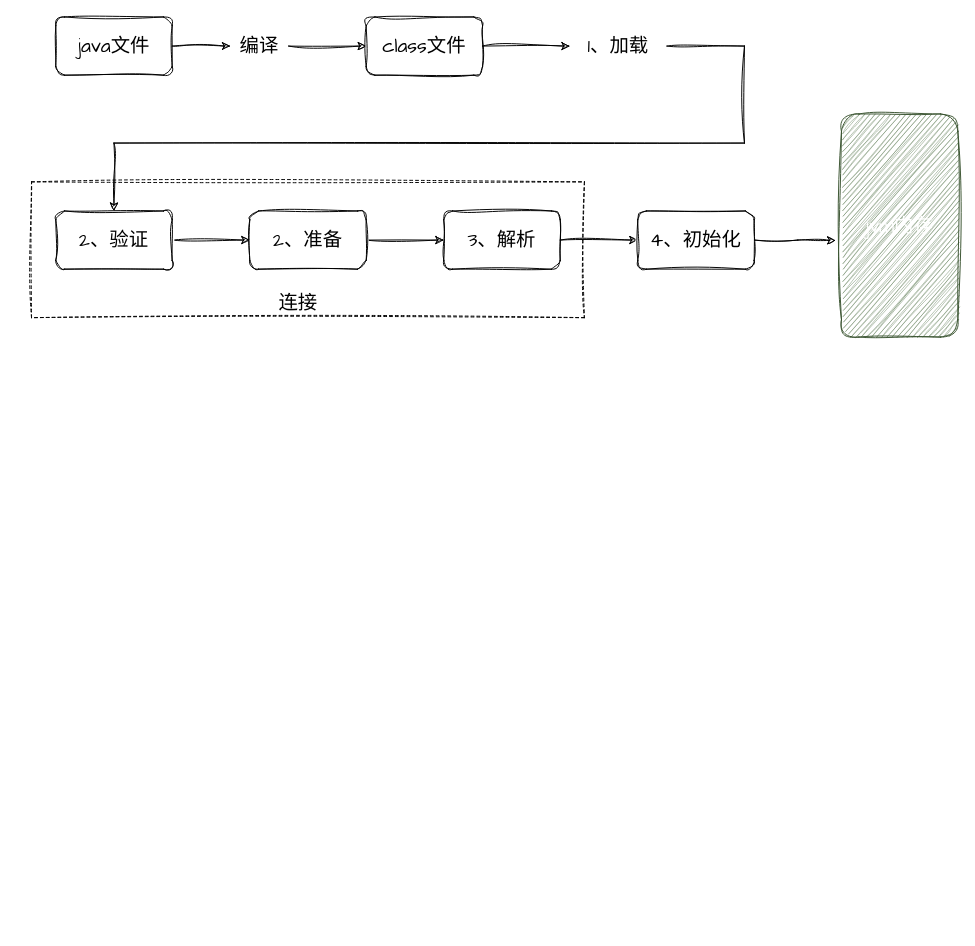
The draw.io diagram docs/assets/drawio/类加载过程.drawio in qinguan1/qinguan1.github.io, before the edit. Source tidied: cells renumbered, new cells numbered last; positions are measured from the earlier drawing's top-left corner, leaving out a move shared by most shapes. Both pictures are drawn from the tidied source at 97%, with x=0, y=0 at pixel (31, 16).
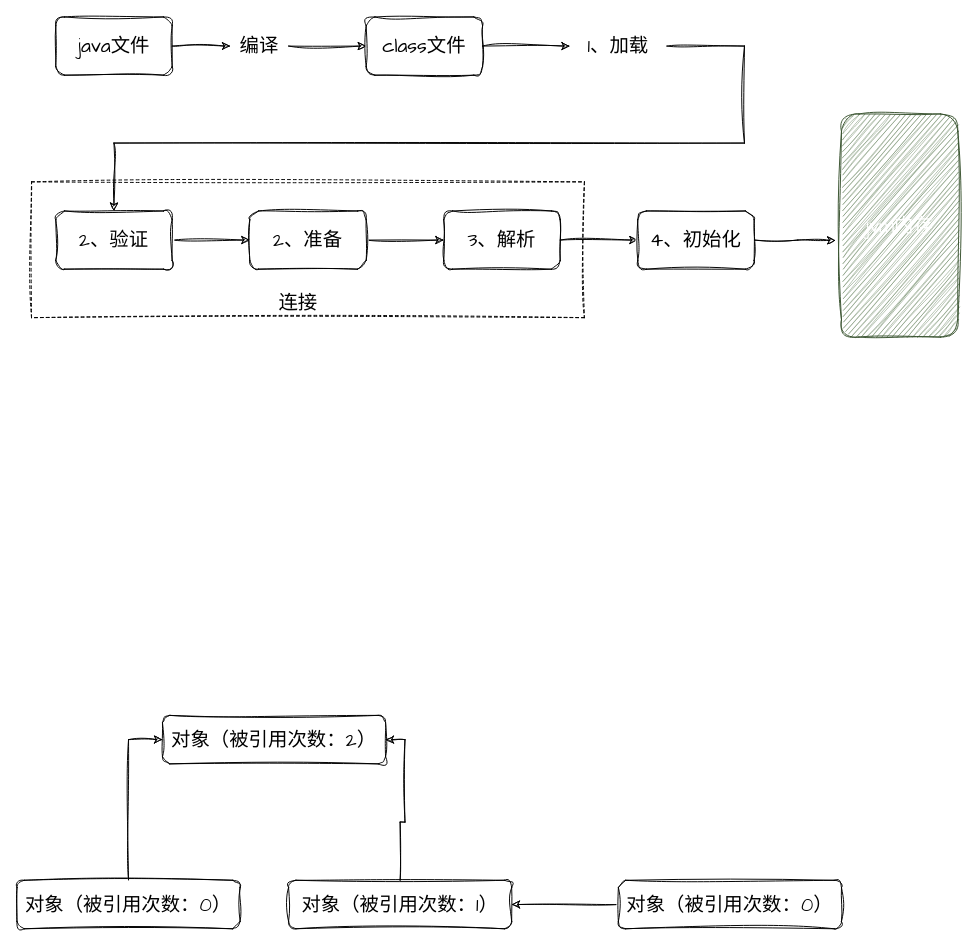
Above is the later version.

Diff of the diagram source:
```diff
@@
+    <mxCell id="21" value="对象（被引用次数：2）" style="whiteSpace=wrap;html=1;fontSize=20;fontFamily=Architects Daughter;rounded=1;sketch=1;hachureGap=4;jiggle=2;curveFitting=1;" parent="1" vertex="1">
+      <mxGeometry x="135" y="720" width="230" height="50" as="geometry" />
+    </mxCell>
+    <mxCell id="22" style="edgeStyle=orthogonalEdgeStyle;rounded=0;sketch=1;hachureGap=4;jiggle=2;curveFitting=1;jettySize=auto;html=1;exitX=0.5;exitY=0;exitDx=0;exitDy=0;entryX=0;entryY=0.5;entryDx=0;entryDy=0;fontFamily=Architects Daughter;fontSize=16;" parent="1" edge="1" source="23" target="21">
+      <mxGeometry relative="1" as="geometry" />
+    </mxCell>
+    <mxCell id="23" value="对象（被引用次数：0）" style="whiteSpace=wrap;html=1;fontSize=20;fontFamily=Architects Daughter;rounded=1;sketch=1;hachureGap=4;jiggle=2;curveFitting=1;" parent="1" vertex="1">
+      <mxGeometry x="-15" y="890" width="230" height="50" as="geometry" />
+    </mxCell>
+    <mxCell id="24" style="edgeStyle=orthogonalEdgeStyle;rounded=0;sketch=1;hachureGap=4;jiggle=2;curveFitting=1;jettySize=auto;html=1;exitX=0.5;exitY=0;exitDx=0;exitDy=0;entryX=1;entryY=0.5;entryDx=0;entryDy=0;fontFamily=Architects Daughter;fontSize=16;" parent="1" edge="1" source="25" target="21">
+      <mxGeometry relative="1" as="geometry" />
+    </mxCell>
+    <mxCell id="25" value="对象（被引用次数：1）" style="whiteSpace=wrap;html=1;fontSize=20;fontFamily=Architects Daughter;rounded=1;sketch=1;hachureGap=4;jiggle=2;curveFitting=1;" parent="1" vertex="1">
+      <mxGeometry x="265" y="890" width="230" height="50" as="geometry" />
+    </mxCell>
+    <mxCell id="26" style="edgeStyle=orthogonalEdgeStyle;rounded=0;sketch=1;hachureGap=4;jiggle=2;curveFitting=1;jettySize=auto;html=1;entryX=1;entryY=0.5;entryDx=0;entryDy=0;fontFamily=Architects Daughter;fontSize=16;" parent="1" edge="1" source="27" target="25">
+      <mxGeometry relative="1" as="geometry" />
+    </mxCell>
+    <mxCell id="27" value="对象（被引用次数：0）" style="whiteSpace=wrap;html=1;fontSize=20;fontFamily=Architects Daughter;rounded=1;sketch=1;hachureGap=4;jiggle=2;curveFitting=1;" parent="1" vertex="1">
+      <mxGeometry x="605" y="890" width="230" height="50" as="geometry" />
+    </mxCell>
```
